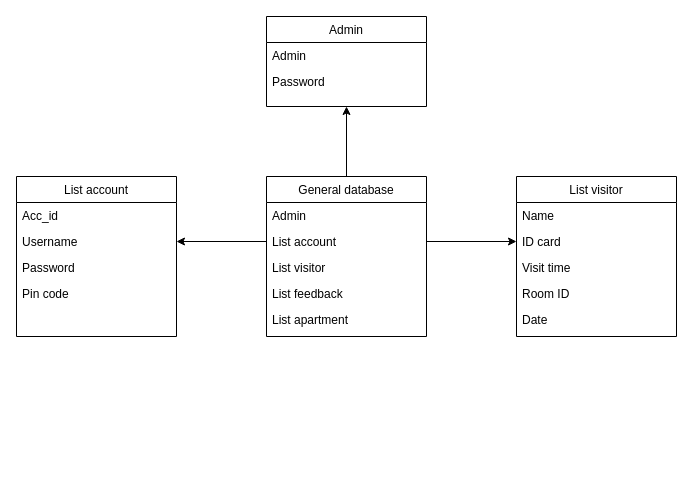
duongminhthanh/app_system_management_visitor_for_old_aparment keeps this draw.io diagram as diagram/Class Diagram.drawio. Above is the earlier version. Source tidied: cells renumbered, new cells numbered last; positions are measured from the earlier drawing's top-left corner, leaving out a move shared by most shapes. Both pictures are drawn from the tidied source at 100%, with x=0, y=0 at pixel (16, 16).
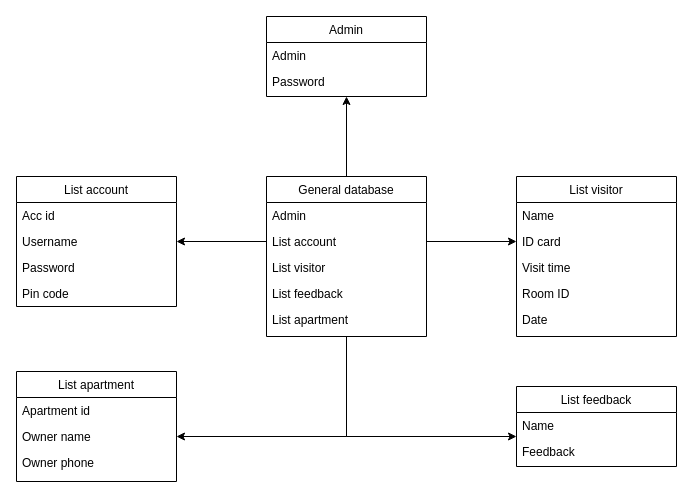
The same diagram, later.

The change refers to these unchanged cells:
```xml
<mxCell id="8" value="General database" style="swimlane;fontStyle=0;align=center;verticalAlign=top;horizontal=1;startSize=26;rounded=0;shadow=0;strokeWidth=1;" parent="1" vertex="1">
  <mxGeometry x="250" y="160" width="160" height="160" as="geometry" />
</mxCell>
```

What changed in the source:
```diff
@@
     <mxCell id="2" value="List account" style="swimlane;fontStyle=0;align=center;verticalAlign=top;horizontal=1;startSize=26;rounded=0;shadow=0;strokeWidth=1;" parent="1" vertex="1">
-      <mxGeometry y="160" width="160" height="160" as="geometry" />
+      <mxGeometry y="160" width="160" height="130" as="geometry" />
     </mxCell>
-    <mxCell id="3" value="Acc_id" style="text;align=left;verticalAlign=top;spacingLeft=4;spacingRight=4;overflow=hidden;" parent="2" vertex="1">
+    <mxCell id="3" value="Acc id" style="text;align=left;verticalAlign=top;spacingLeft=4;spacingRight=4;overflow=hidden;" parent="2" vertex="1">
       <mxGeometry y="26" width="160" height="26" as="geometry" />
     </mxCell>
@@
+    <mxCell id="25" style="edgeStyle=orthogonalEdgeStyle;rounded=0;jettySize=auto;html=1;entryX=1;entryY=0.5;entryDx=0;entryDy=0;" parent="1" edge="1" source="8" target="29">
+      <mxGeometry relative="1" as="geometry" />
+    </mxCell>
+    <mxCell id="26" style="edgeStyle=orthogonalEdgeStyle;rounded=0;jettySize=auto;html=1;entryX=0;entryY=-0.077;entryDx=0;entryDy=0;entryPerimeter=0;" parent="1" edge="1" source="8" target="33">
+      <mxGeometry relative="1" as="geometry" />
+    </mxCell>
@@
     <mxCell id="14" value="Admin" style="swimlane;fontStyle=0;align=center;verticalAlign=top;horizontal=1;startSize=26;rounded=0;shadow=0;strokeWidth=1;" parent="1" vertex="1">
-      <mxGeometry x="250" width="160" height="90" as="geometry" />
+      <mxGeometry x="250" width="160" height="80" as="geometry" />
     </mxCell>
@@
     <mxCell id="16" value="Password" style="text;align=left;verticalAlign=top;spacingLeft=4;spacingRight=4;overflow=hidden;rounded=0;shadow=0;html=0;" parent="14" vertex="1">
-      <mxGeometry y="52" width="160" height="26" as="geometry" />
+      <mxGeometry y="52" width="160" height="28" as="geometry" />
     </mxCell>
@@
+    <mxCell id="27" value="List apartment" style="swimlane;fontStyle=0;align=center;verticalAlign=top;horizontal=1;startSize=26;rounded=0;shadow=0;strokeWidth=1;" parent="1" vertex="1">
+      <mxGeometry y="355" width="160" height="110" as="geometry" />
+    </mxCell>
+    <mxCell id="28" value="Apartment id" style="text;align=left;verticalAlign=top;spacingLeft=4;spacingRight=4;overflow=hidden;" parent="27" vertex="1">
+      <mxGeometry y="26" width="160" height="26" as="geometry" />
+    </mxCell>
+    <mxCell id="29" value="Owner name" style="text;align=left;verticalAlign=top;spacingLeft=4;spacingRight=4;overflow=hidden;points=[[0,0.5],[1,0.5]];portConstraint=eastwest;rounded=0;shadow=0;html=0;" parent="27" vertex="1">
+      <mxGeometry y="52" width="160" height="26" as="geometry" />
+    </mxCell>
+    <mxCell id="30" value="Owner phone" style="text;align=left;verticalAlign=top;spacingLeft=4;spacingRight=4;overflow=hidden;rounded=0;shadow=0;html=0;" parent="27" vertex="1">
+      <mxGeometry y="78" width="160" height="26" as="geometry" />
+    </mxCell>
+    <mxCell id="31" value="List feedback" style="swimlane;fontStyle=0;align=center;verticalAlign=top;horizontal=1;startSize=26;rounded=0;shadow=0;strokeWidth=1;" parent="1" vertex="1">
+      <mxGeometry x="500" y="370" width="160" height="80" as="geometry" />
+    </mxCell>
+    <mxCell id="32" value="Name" style="text;align=left;verticalAlign=top;spacingLeft=4;spacingRight=4;overflow=hidden;" parent="31" vertex="1">
+      <mxGeometry y="26" width="160" height="26" as="geometry" />
+    </mxCell>
+    <mxCell id="33" value="Feedback" style="text;align=left;verticalAlign=top;spacingLeft=4;spacingRight=4;overflow=hidden;points=[[0,0.5],[1,0.5]];portConstraint=eastwest;rounded=0;shadow=0;html=0;" parent="31" vertex="1">
+      <mxGeometry y="52" width="160" height="26" as="geometry" />
+    </mxCell>
```
